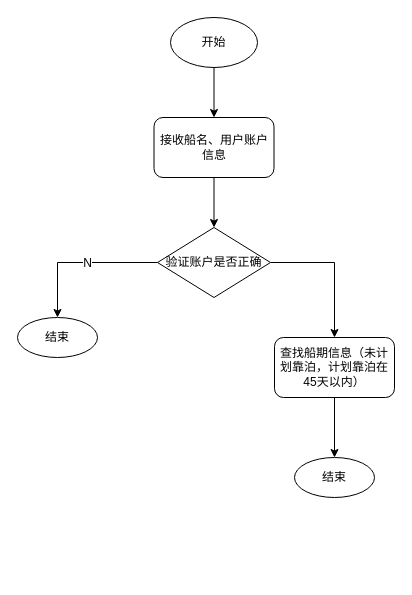
Above: port-manager/日一新船期查询.drawio in caixuecheng/track-drawio (draw.io), before the change. Source tidied: cells renumbered, new cells numbered last; positions are measured from the earlier drawing's top-left corner, leaving out a move shared by most shapes. Both pictures are drawn from the tidied source at 100%, with x=0, y=0 at pixel (17, 17).
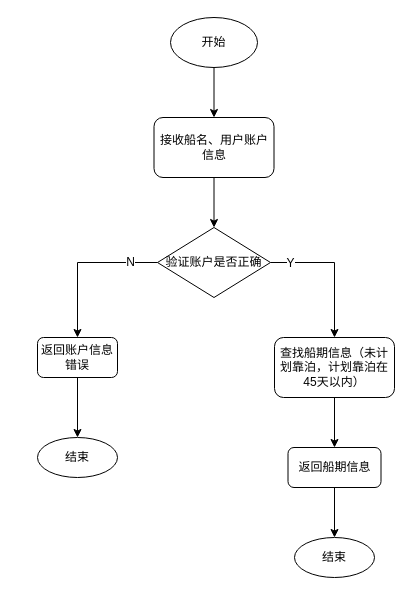
The same page after the edit.

Commit message:
更新日一新船期查询.drawio

What changed in the source:
```diff
@@
 <mxGraphModel>
   <root>
     <mxCell id="0" />
     <mxCell id="1" parent="0" />
     <mxCell id="2" style="edgeStyle=orthogonalEdgeStyle;rounded=0;jettySize=auto;html=1;exitX=0.5;exitY=1;exitDx=0;exitDy=0;entryX=0.5;entryY=0;entryDx=0;entryDy=0;" parent="1" edge="1" source="3" target="5">
       <mxGeometry relative="1" as="geometry" />
     </mxCell>
     <mxCell id="3" value="开始" style="ellipse;whiteSpace=wrap;html=1;" parent="1" vertex="1">
       <mxGeometry x="153" width="87" height="50" as="geometry" />
     </mxCell>
     <mxCell id="4" style="edgeStyle=orthogonalEdgeStyle;rounded=0;jettySize=auto;html=1;exitX=0.5;exitY=1;exitDx=0;exitDy=0;entryX=0.5;entryY=0;entryDx=0;entryDy=0;" parent="1" edge="1" source="5" target="9">
       <mxGeometry relative="1" as="geometry" />
     </mxCell>
     <mxCell id="5" value="接收船名、用户账户信息" style="rounded=1;whiteSpace=wrap;html=1;" parent="1" vertex="1">
       <mxGeometry x="136.5" y="100" width="120" height="60" as="geometry" />
     </mxCell>
-    <mxCell id="6" style="edgeStyle=orthogonalEdgeStyle;rounded=0;jettySize=auto;html=1;exitX=0;exitY=0.5;exitDx=0;exitDy=0;entryX=0.5;entryY=0;entryDx=0;entryDy=0;" parent="1" edge="1" source="9" target="10">
-      <mxGeometry relative="1" as="geometry" />
-    </mxCell>
+    <mxCell id="8" style="edgeStyle=orthogonalEdgeStyle;rounded=0;jettySize=auto;html=1;exitX=1;exitY=0.5;exitDx=0;exitDy=0;entryX=0.5;entryY=0;entryDx=0;entryDy=0;" parent="1" edge="1" source="9" target="12">
+      <mxGeometry relative="1" as="geometry" />
+    </mxCell>
+    <mxCell id="14" value="Y" style="text;html=1;align=center;verticalAlign=middle;labelBackgroundColor=#ffffff;" parent="8" vertex="1">
+      <mxGeometry x="-0.73" relative="1" as="geometry" />
+    </mxCell>
+    <mxCell id="15" style="edgeStyle=orthogonalEdgeStyle;rounded=0;jettySize=auto;html=1;exitX=0;exitY=0.5;exitDx=0;exitDy=0;entryX=0.5;entryY=0;entryDx=0;entryDy=0;" parent="1" edge="1" source="9" target="18">
+      <mxGeometry relative="1" as="geometry" />
+    </mxCell>
-    <mxCell id="7" value="N" style="text;html=1;align=center;verticalAlign=middle;labelBackgroundColor=#ffffff;" parent="6" vertex="1">
-      <mxGeometry x="-0.08" relative="1" as="geometry" />
+    <mxCell id="7" value="N" style="text;html=1;align=center;verticalAlign=middle;labelBackgroundColor=#ffffff;" parent="15" vertex="1">
+      <mxGeometry x="-0.64" y="-1" relative="1" as="geometry" />
     </mxCell>
-    <mxCell id="8" style="edgeStyle=orthogonalEdgeStyle;rounded=0;jettySize=auto;html=1;exitX=1;exitY=0.5;exitDx=0;exitDy=0;entryX=0.5;entryY=0;entryDx=0;entryDy=0;" parent="1" edge="1" source="9" target="12">
-      <mxGeometry relative="1" as="geometry" />
-    </mxCell>
     <mxCell id="9" value="验证账户是否正确" style="rhombus;whiteSpace=wrap;html=1;" parent="1" vertex="1">
       <mxGeometry x="140" y="210" width="113" height="70" as="geometry" />
     </mxCell>
     <mxCell id="10" value="结束" style="ellipse;whiteSpace=wrap;html=1;" parent="1" vertex="1">
-      <mxGeometry y="300" width="80" height="40" as="geometry" />
+      <mxGeometry x="20" y="420" width="80" height="40" as="geometry" />
     </mxCell>
-    <mxCell id="11" style="edgeStyle=orthogonalEdgeStyle;rounded=0;jettySize=auto;html=1;exitX=0.5;exitY=1;exitDx=0;exitDy=0;entryX=0.5;entryY=0;entryDx=0;entryDy=0;" parent="1" edge="1" source="12" target="13">
-      <mxGeometry relative="1" as="geometry" />
-    </mxCell>
+    <mxCell id="16" style="edgeStyle=orthogonalEdgeStyle;rounded=0;jettySize=auto;html=1;exitX=0.5;exitY=1;exitDx=0;exitDy=0;" parent="1" edge="1" source="12" target="20">
+      <mxGeometry relative="1" as="geometry" />
+    </mxCell>
     <mxCell id="12" value="查找船期信息（未计划靠泊，计划靠泊在45天以内）" style="rounded=1;whiteSpace=wrap;html=1;" parent="1" vertex="1">
       <mxGeometry x="257" y="320" width="120" height="60" as="geometry" />
     </mxCell>
+    <mxCell id="17" style="edgeStyle=orthogonalEdgeStyle;rounded=0;jettySize=auto;html=1;exitX=0.5;exitY=1;exitDx=0;exitDy=0;" parent="1" edge="1" source="18" target="10">
+      <mxGeometry relative="1" as="geometry" />
+    </mxCell>
+    <mxCell id="18" value="返回账户信息错误" style="rounded=1;whiteSpace=wrap;html=1;" parent="1" vertex="1">
+      <mxGeometry x="20" y="320" width="80" height="40" as="geometry" />
+    </mxCell>
+    <mxCell id="19" style="edgeStyle=orthogonalEdgeStyle;rounded=0;jettySize=auto;html=1;exitX=0.5;exitY=1;exitDx=0;exitDy=0;entryX=0.5;entryY=0;entryDx=0;entryDy=0;" parent="1" edge="1" source="20" target="13">
+      <mxGeometry relative="1" as="geometry" />
+    </mxCell>
+    <mxCell id="20" value="返回船期信息" style="rounded=1;whiteSpace=wrap;html=1;" parent="1" vertex="1">
+      <mxGeometry x="270.5" y="430" width="93" height="40" as="geometry" />
+    </mxCell>
     <mxCell id="13" value="结束" style="ellipse;whiteSpace=wrap;html=1;" parent="1" vertex="1">
-      <mxGeometry x="277" y="440" width="80" height="40" as="geometry" />
+      <mxGeometry x="277" y="520" width="80" height="40" as="geometry" />
     </mxCell>
   </root>
 </mxGraphModel>
```
